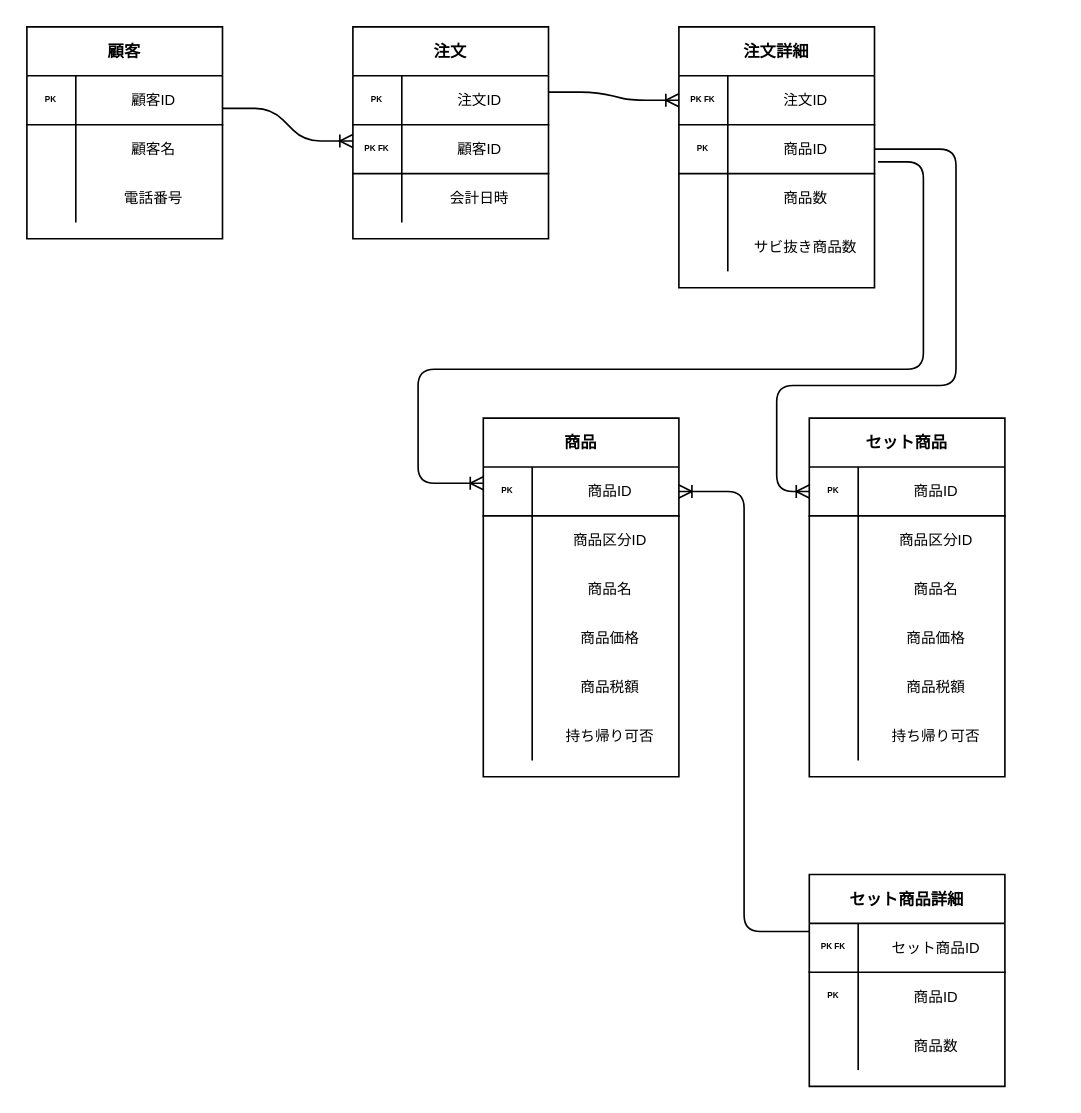
yasakanimaimai/praha_challenge keeps this draw.io diagram as page "課題1" (1 of 3) of DBモデリング1/課題1-3.drawio. Above is the earlier version. Source tidied: cells renumbered, new cells numbered last; positions are measured from the earlier drawing's top-left corner, leaving out a move shared by most shapes. Both pictures are drawn from the tidied source at 163%, with x=0, y=0 at pixel (26, 26).
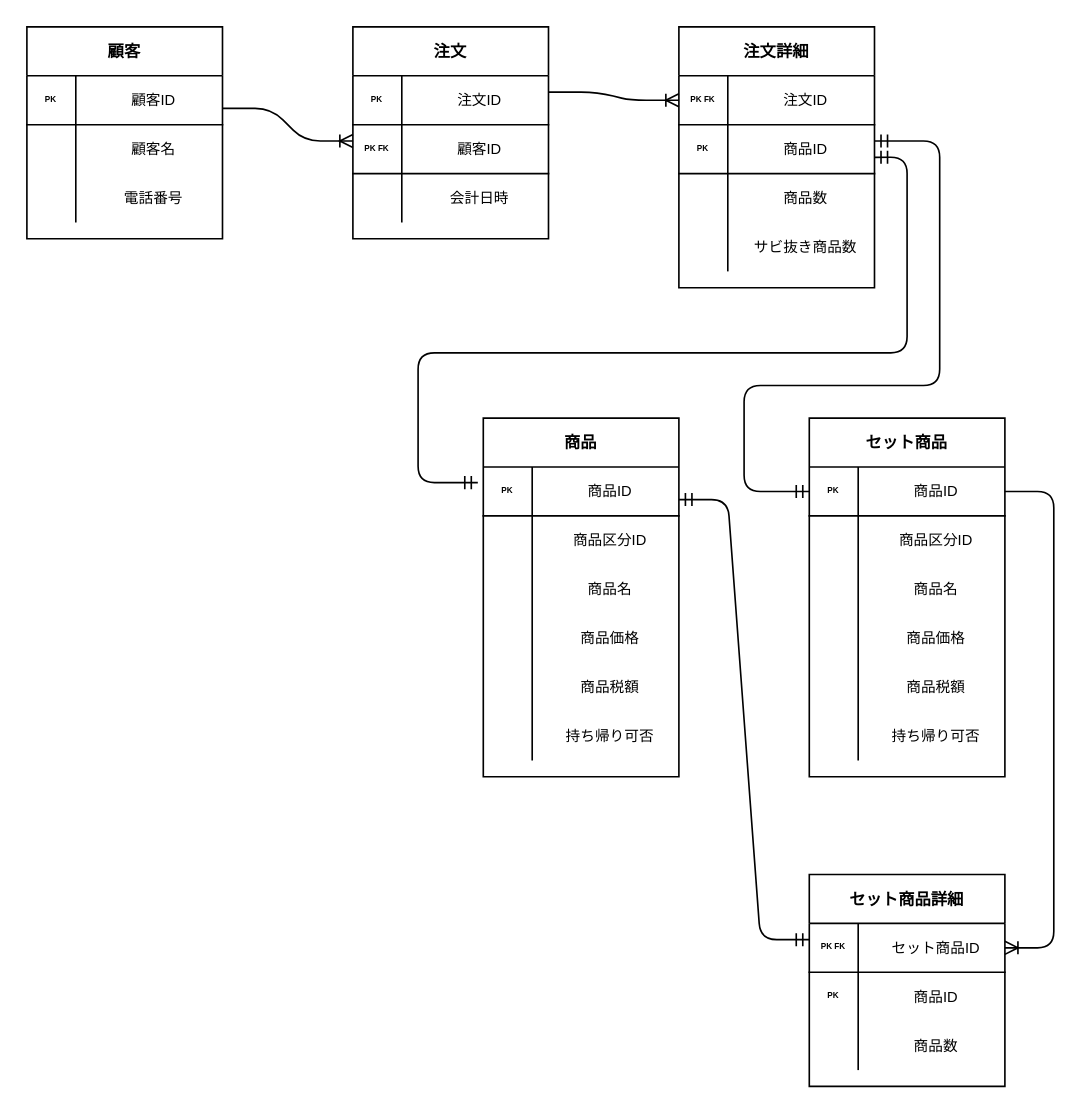
The same page after the edit.

Unchanged cells that the change refers to:
```xml
<mxCell id="26" style="shape=tableRow;horizontal=0;startSize=0;swimlaneHead=0;swimlaneBody=0;fillColor=none;points=[[0,0.5],[1,0.5]];portConstraint=eastwest;top=0;left=0;right=0;bottom=1;rounded=0;shadow=0;fontSize=5;strokeWidth=1;align=center;" parent="22" vertex="1">
  <mxGeometry y="60" width="120" height="30" as="geometry" />
</mxCell>
<mxCell id="36" style="shape=tableRow;horizontal=0;startSize=0;swimlaneHead=0;swimlaneBody=0;fillColor=none;points=[[0,0.5],[1,0.5]];portConstraint=eastwest;top=0;left=0;right=0;bottom=1;rounded=0;shadow=0;fontSize=5;strokeWidth=1;align=center;" parent="35" vertex="1">
  <mxGeometry y="30" width="120" height="30" as="geometry" />
</mxCell>
<mxCell id="55" style="shape=tableRow;horizontal=0;startSize=0;swimlaneHead=0;swimlaneBody=0;fillColor=none;points=[[0,0.5],[1,0.5]];portConstraint=eastwest;top=0;left=0;right=0;bottom=1;rounded=0;shadow=0;fontSize=5;strokeWidth=1;align=center;" parent="54" vertex="1">
  <mxGeometry y="30" width="120" height="30" as="geometry" />
</mxCell>
<mxCell id="73" style="shape=tableRow;horizontal=0;startSize=0;swimlaneHead=0;swimlaneBody=0;fillColor=none;points=[[0,0.5],[1,0.5]];portConstraint=eastwest;top=0;left=0;right=0;bottom=0;rounded=0;shadow=0;fontSize=5;strokeWidth=1;" parent="1" vertex="1">
  <mxGeometry x="480" y="540" width="120" height="30" as="geometry" />
</mxCell>
<mxCell id="80" style="shape=tableRow;horizontal=0;startSize=0;swimlaneHead=0;swimlaneBody=0;fillColor=none;points=[[0,0.5],[1,0.5]];portConstraint=eastwest;top=0;left=0;right=0;bottom=1;rounded=0;shadow=0;fontSize=5;strokeWidth=1;align=center;" parent="79" vertex="1">
  <mxGeometry y="30" width="120" height="30" as="geometry" />
</mxCell>
```

What changed in the source:
```diff
@@
-    <mxCell id="76" style="fontSize=12;html=1;endArrow=ERoneToMany;rounded=1;shadow=0;sketch=0;fontColor=default;strokeColor=default;edgeStyle=orthogonalEdgeStyle;entryX=0;entryY=0.333;entryDx=0;entryDy=0;entryPerimeter=0;exitX=1.018;exitY=0.76;exitDx=0;exitDy=0;exitPerimeter=0;" parent="1" edge="1" source="26" target="36">
-      <mxGeometry relative="1" as="geometry">
-        <Array as="points">
-          <mxPoint x="550" y="83" />
-          <mxPoint x="550" y="210" />
-          <mxPoint x="240" y="210" />
-          <mxPoint x="240" y="280" />
-        </Array>
-      </mxGeometry>
-    </mxCell>
-    <mxCell id="77" style="edgeStyle=orthogonalEdgeStyle;fontSize=12;html=1;endArrow=ERoneToMany;rounded=1;shadow=0;sketch=0;fontColor=default;strokeColor=default;entryX=0;entryY=0.5;entryDx=0;entryDy=0;exitX=1;exitY=0.5;exitDx=0;exitDy=0;" parent="1" edge="1" source="26" target="55">
-      <mxGeometry relative="1" as="geometry">
-        <Array as="points">
-          <mxPoint x="570" y="75" />
-          <mxPoint x="570" y="220" />
-          <mxPoint x="460" y="220" />
-          <mxPoint x="460" y="285" />
-        </Array>
-      </mxGeometry>
-    </mxCell>
-    <mxCell id="78" style="edgeStyle=orthogonalEdgeStyle;fontSize=12;html=1;endArrow=ERoneToMany;rounded=1;shadow=0;sketch=0;fontColor=default;strokeColor=default;exitX=0;exitY=0.5;exitDx=0;exitDy=0;entryX=1;entryY=0.5;entryDx=0;entryDy=0;" parent="1" edge="1" source="73" target="36">
-      <mxGeometry relative="1" as="geometry" />
+    <mxCell id="78" style="edgeStyle=orthogonalEdgeStyle;fontSize=12;html=1;endArrow=ERoneToMany;rounded=1;shadow=0;sketch=0;fontColor=default;strokeColor=default;exitX=1;exitY=0.5;exitDx=0;exitDy=0;entryX=1;entryY=0.5;entryDx=0;entryDy=0;" parent="1" edge="1" source="55" target="80">
+      <mxGeometry relative="1" as="geometry">
+        <Array as="points">
+          <mxPoint x="630" y="285" />
+          <mxPoint x="630" y="565" />
+        </Array>
+      </mxGeometry>
     </mxCell>
@@
+    <mxCell id="89" style="edgeStyle=entityRelationEdgeStyle;fontSize=12;html=1;endArrow=ERmandOne;startArrow=ERmandOne;rounded=1;shadow=0;sketch=0;fontColor=#EA6B66;strokeColor=default;entryX=0;entryY=0.333;entryDx=0;entryDy=0;entryPerimeter=0;" parent="1" edge="1" target="80">
+      <mxGeometry relative="1" as="geometry">
+        <mxPoint x="400" y="290" as="sourcePoint" />
+      </mxGeometry>
+    </mxCell>
+    <mxCell id="90" style="edgeStyle=orthogonalEdgeStyle;fontSize=12;html=1;endArrow=ERmandOne;startArrow=ERmandOne;rounded=1;shadow=0;sketch=0;fontColor=#EA6B66;strokeColor=default;exitX=-0.028;exitY=0.32;exitDx=0;exitDy=0;exitPerimeter=0;entryX=1;entryY=0.667;entryDx=0;entryDy=0;entryPerimeter=0;" parent="1" edge="1" source="36" target="26">
+      <mxGeometry relative="1" as="geometry">
+        <Array as="points">
+          <mxPoint x="240" y="280" />
+          <mxPoint x="240" y="200" />
+          <mxPoint x="540" y="200" />
+          <mxPoint x="540" y="80" />
+        </Array>
+      </mxGeometry>
+    </mxCell>
+    <mxCell id="91" style="edgeStyle=orthogonalEdgeStyle;fontSize=12;html=1;endArrow=ERmandOne;startArrow=ERmandOne;rounded=1;shadow=0;sketch=0;fontColor=#EA6B66;strokeColor=default;exitX=0;exitY=0.5;exitDx=0;exitDy=0;entryX=1;entryY=0.667;entryDx=0;entryDy=0;entryPerimeter=0;" parent="1" edge="1" source="55">
+      <mxGeometry relative="1" as="geometry">
+        <mxPoint x="520" y="70" as="targetPoint" />
+        <Array as="points">
+          <mxPoint x="440" y="285" />
+          <mxPoint x="440" y="220" />
+          <mxPoint x="560" y="220" />
+          <mxPoint x="560" y="70" />
+        </Array>
+      </mxGeometry>
+    </mxCell>
```
